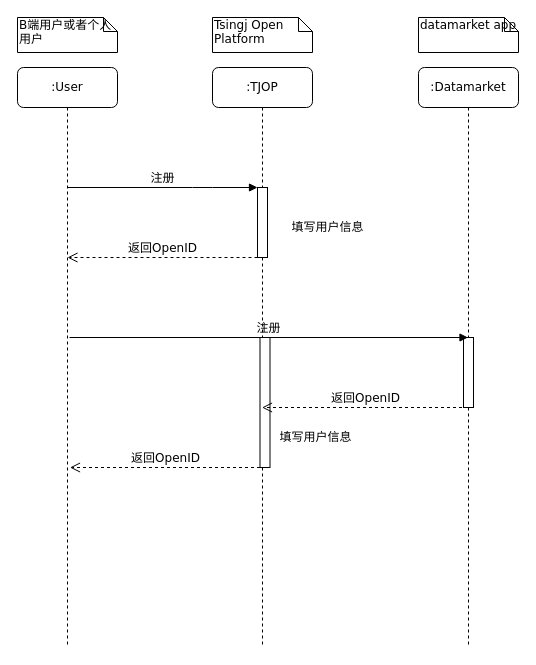
This is user_registry.drawio from yankaili2006/drawing_io, a draw.io file, before an edit. Source tidied: cells renumbered, new cells numbered last; positions are measured from the earlier drawing's top-left corner, leaving out a move shared by most shapes. Both pictures are drawn from the tidied source at 100%, with x=0, y=0 at pixel (17, 17).
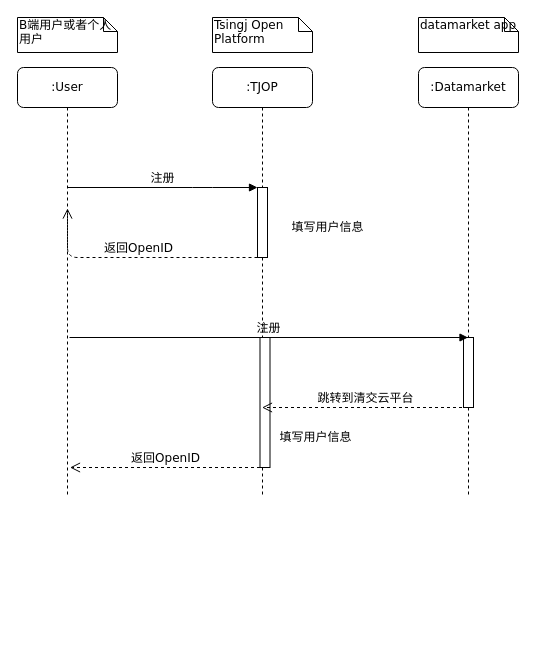
Above is the later version.

Diff of the diagram source:
```diff
@@
     <mxCell id="2" value=":TJOP" style="shape=umlLifeline;perimeter=lifelinePerimeter;whiteSpace=wrap;html=1;outlineConnect=0;rounded=1;shadow=0;comic=0;labelBackgroundColor=none;strokeWidth=1;fontFamily=Verdana;fontSize=12;align=center;" parent="1" vertex="1">
-      <mxGeometry x="195" y="50" width="100" height="580" as="geometry" />
+      <mxGeometry x="195" y="50" width="100" height="430" as="geometry" />
     </mxCell>
@@
     <mxCell id="4" value=":Datamarket" style="shape=umlLifeline;perimeter=lifelinePerimeter;whiteSpace=wrap;html=1;outlineConnect=0;rounded=1;shadow=0;comic=0;labelBackgroundColor=none;strokeWidth=1;fontFamily=Verdana;fontSize=12;align=center;" parent="1" vertex="1">
-      <mxGeometry x="401" y="50" width="100" height="580" as="geometry" />
+      <mxGeometry x="401" y="50" width="100" height="430" as="geometry" />
     </mxCell>
@@
     <mxCell id="8" value=":User" style="shape=umlLifeline;perimeter=lifelinePerimeter;whiteSpace=wrap;html=1;outlineConnect=0;rounded=1;shadow=0;comic=0;labelBackgroundColor=none;strokeWidth=1;fontFamily=Verdana;fontSize=12;align=center;" parent="1" vertex="1">
-      <mxGeometry y="50" width="100" height="580" as="geometry" />
+      <mxGeometry y="50" width="100" height="430" as="geometry" />
     </mxCell>
@@
-    <mxCell id="17" value="返回OpenID" style="html=1;verticalAlign=bottom;endArrow=open;dashed=1;endSize=8;labelBackgroundColor=none;fontFamily=Verdana;fontSize=12;edgeStyle=elbowEdgeStyle;elbow=vertical;" parent="1" edge="1" source="4" target="2">
+    <mxCell id="17" value="跳转到清交云平台" style="html=1;verticalAlign=bottom;endArrow=open;dashed=1;endSize=8;labelBackgroundColor=none;fontFamily=Verdana;fontSize=12;edgeStyle=elbowEdgeStyle;elbow=vertical;" parent="1" edge="1" source="4" target="2">
       <mxGeometry relative="1" as="geometry">
         <Array as="points">
           <mxPoint x="305" y="390" />
           <mxPoint x="407.5" y="350" />
           <mxPoint x="377.5" y="306" />
           <mxPoint x="387.5" y="286" />
           <mxPoint x="417.5" y="286" />
         </Array>
       </mxGeometry>
     </mxCell>
```
